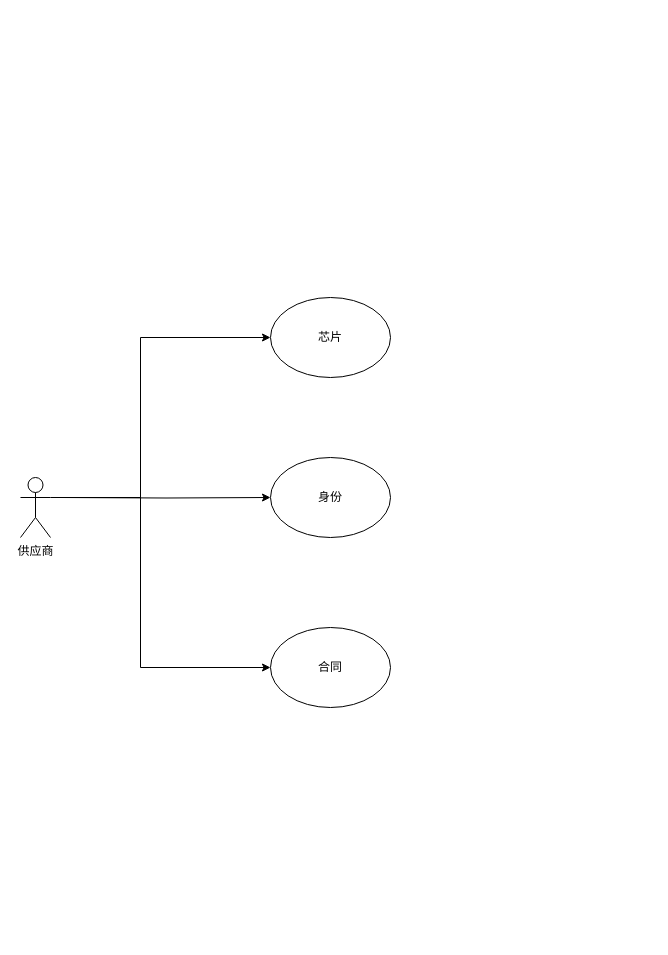
The draw.io diagram （2）.drawio in liuyang0228/text, before the edit. Source tidied: cells renumbered, new cells numbered last; positions are measured from the earlier drawing's top-left corner, leaving out a move shared by most shapes. Both pictures are drawn from the tidied source at 100%, with x=0, y=0 at pixel (20, 297).
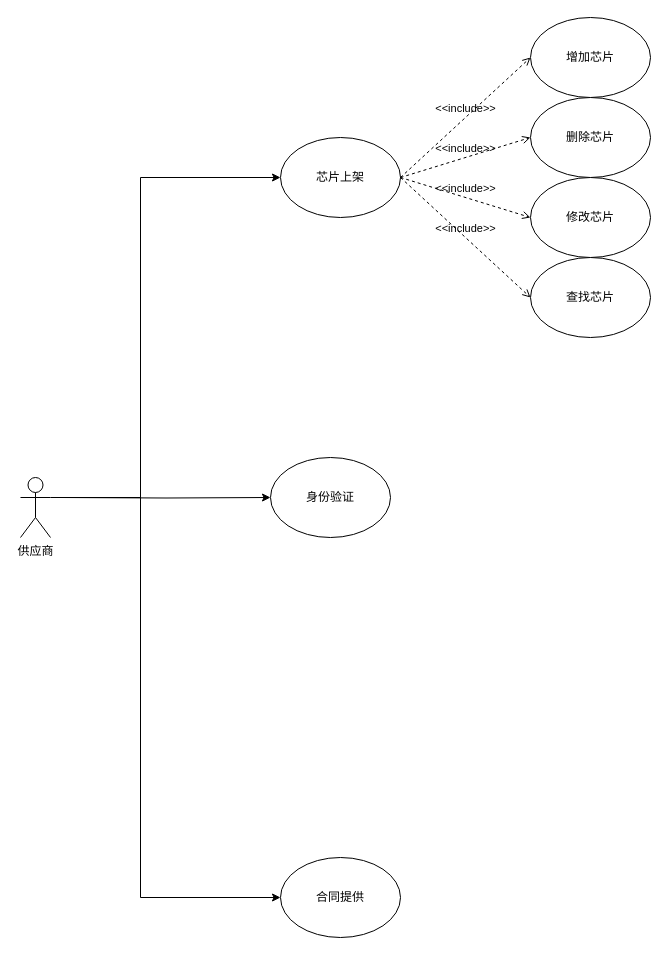
The same page after the edit.

Unchanged cells that the change refers to:
```xml
<mxCell id="3" value="供应商" style="shape=umlActor;verticalLabelPosition=bottom;verticalAlign=top;html=1;outlineConnect=0;" parent="1" vertex="1">
  <mxGeometry y="180" width="30" height="60" as="geometry" />
</mxCell>
```

Diff of the diagram source:
```diff
@@
     <mxCell id="2" style="edgeStyle=orthogonalEdgeStyle;rounded=0;jettySize=auto;html=1;exitX=1;exitY=0.3333333333333333;exitDx=0;exitDy=0;exitPerimeter=0;entryX=0;entryY=0.5;entryDx=0;entryDy=0;" parent="1" edge="1" source="3" target="4">
       <mxGeometry relative="1" as="geometry">
         <Array as="points">
           <mxPoint x="120" y="200" />
-          <mxPoint x="120" y="40" />
+          <mxPoint x="120" y="-120" />
         </Array>
       </mxGeometry>
     </mxCell>
@@
-    <mxCell id="4" value="芯片" style="ellipse;whiteSpace=wrap;html=1;" parent="1" vertex="1">
-      <mxGeometry x="250" width="120" height="80" as="geometry" />
+    <mxCell id="4" value="芯片上架" style="ellipse;whiteSpace=wrap;html=1;" parent="1" vertex="1">
+      <mxGeometry x="260" y="-160" width="120" height="80" as="geometry" />
     </mxCell>
-    <mxCell id="5" value="身份" style="ellipse;whiteSpace=wrap;html=1;" parent="1" vertex="1">
+    <mxCell id="5" value="身份验证" style="ellipse;whiteSpace=wrap;html=1;" parent="1" vertex="1">
       <mxGeometry x="250" y="160" width="120" height="80" as="geometry" />
     </mxCell>
-    <mxCell id="6" value="合同" style="ellipse;whiteSpace=wrap;html=1;" parent="1" vertex="1">
-      <mxGeometry x="250" y="330" width="120" height="80" as="geometry" />
+    <mxCell id="6" value="合同提供" style="ellipse;whiteSpace=wrap;html=1;" parent="1" vertex="1">
+      <mxGeometry x="260" y="560" width="120" height="80" as="geometry" />
     </mxCell>
@@
     <mxCell id="8" style="edgeStyle=orthogonalEdgeStyle;rounded=0;jettySize=auto;html=1;entryX=0;entryY=0.5;entryDx=0;entryDy=0;" parent="1" edge="1" target="6">
       <mxGeometry relative="1" as="geometry">
         <mxPoint x="50" y="200" as="sourcePoint" />
         <Array as="points">
           <mxPoint x="120" y="200" />
-          <mxPoint x="120" y="370" />
+          <mxPoint x="120" y="600" />
         </Array>
       </mxGeometry>
     </mxCell>
+    <mxCell id="9" value="增加芯片" style="ellipse;whiteSpace=wrap;html=1;" parent="1" vertex="1">
+      <mxGeometry x="510" y="-280" width="120" height="80" as="geometry" />
+    </mxCell>
+    <mxCell id="10" value="删除芯片" style="ellipse;whiteSpace=wrap;html=1;" parent="1" vertex="1">
+      <mxGeometry x="510" y="-200" width="120" height="80" as="geometry" />
+    </mxCell>
+    <mxCell id="11" value="修改芯片" style="ellipse;whiteSpace=wrap;html=1;" parent="1" vertex="1">
+      <mxGeometry x="510" y="-120" width="120" height="80" as="geometry" />
+    </mxCell>
+    <mxCell id="12" value="查找芯片" style="ellipse;whiteSpace=wrap;html=1;" parent="1" vertex="1">
+      <mxGeometry x="510" y="-40" width="120" height="80" as="geometry" />
+    </mxCell>
+    <mxCell id="13" value="&amp;lt;&amp;lt;include&amp;gt;&amp;gt;" style="html=1;verticalAlign=bottom;labelBackgroundColor=none;endArrow=open;endFill=0;dashed=1;rounded=0;exitX=1;exitY=0.5;exitDx=0;exitDy=0;entryX=0;entryY=0.5;entryDx=0;entryDy=0;" parent="1" edge="1" source="4" target="9">
+      <mxGeometry relative="1" as="geometry" />
+    </mxCell>
+    <mxCell id="14" value="&amp;lt;&amp;lt;include&amp;gt;&amp;gt;" style="html=1;verticalAlign=bottom;labelBackgroundColor=none;endArrow=open;endFill=0;dashed=1;rounded=0;exitX=1;exitY=0.5;exitDx=0;exitDy=0;entryX=0;entryY=0.5;entryDx=0;entryDy=0;" parent="1" edge="1" source="4" target="10">
+      <mxGeometry relative="1" as="geometry" />
+    </mxCell>
+    <mxCell id="15" value="&amp;lt;&amp;lt;include&amp;gt;&amp;gt;" style="html=1;verticalAlign=bottom;labelBackgroundColor=none;endArrow=open;endFill=0;dashed=1;rounded=0;exitX=1;exitY=0.5;exitDx=0;exitDy=0;entryX=0;entryY=0.5;entryDx=0;entryDy=0;" parent="1" edge="1" source="4" target="11">
+      <mxGeometry relative="1" as="geometry" />
+    </mxCell>
+    <mxCell id="16" value="&amp;lt;&amp;lt;include&amp;gt;&amp;gt;" style="html=1;verticalAlign=bottom;labelBackgroundColor=none;endArrow=open;endFill=0;dashed=1;rounded=0;exitX=1;exitY=0.5;exitDx=0;exitDy=0;entryX=0;entryY=0.5;entryDx=0;entryDy=0;" parent="1" edge="1" source="4" target="12">
+      <mxGeometry relative="1" as="geometry" />
+    </mxCell>
```
